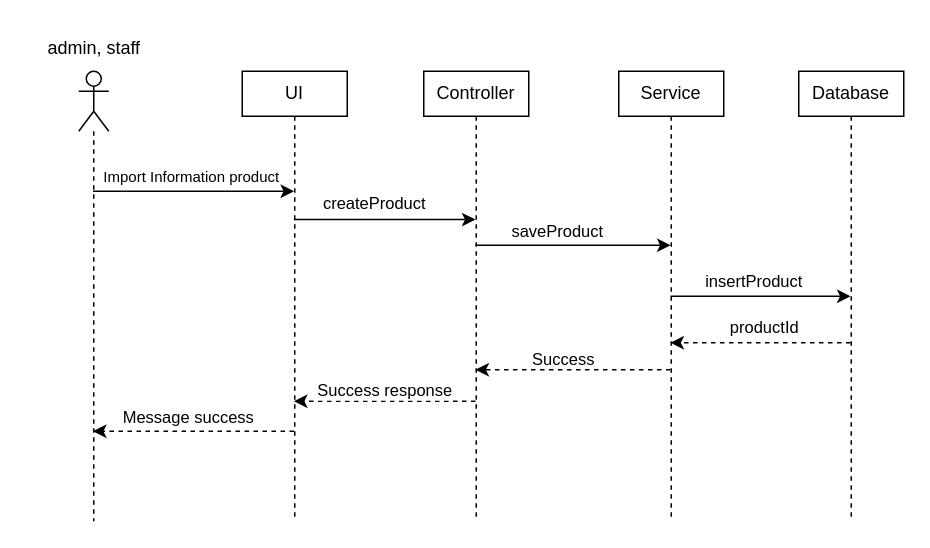
Ly-Tien-Dat/doantt keeps this draw.io diagram as page "Trang-7" (7 of 14) of shitttt.drawio. Above is the earlier version. Source tidied: cells renumbered, new cells numbered last; positions are measured from the earlier drawing's top-left corner, leaving out a move shared by most shapes. Both pictures are drawn from the tidied source at 150%, with x=0, y=0 at pixel (26, 26).
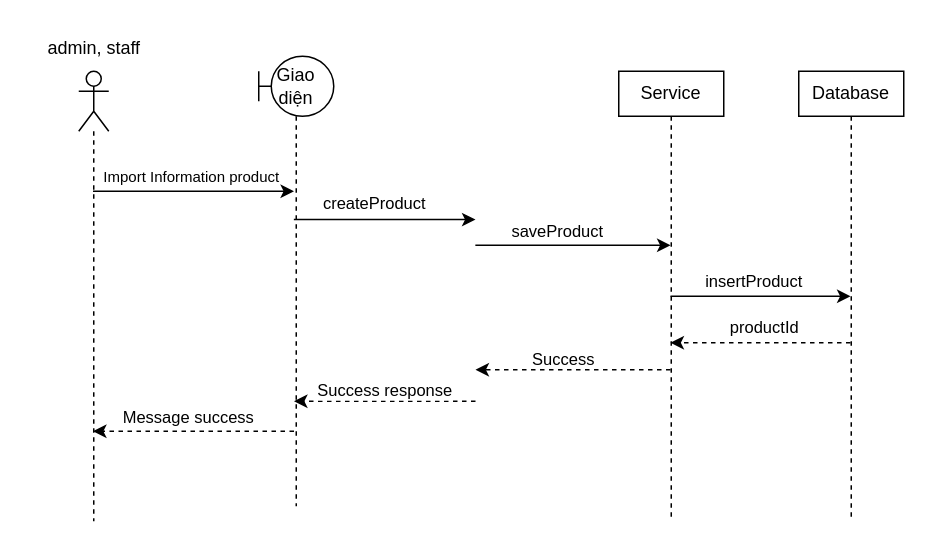
The same diagram, later.

Unchanged cells that the change refers to:
```xml
<mxCell id="4" style="shape=umlLifeline;perimeter=lifelinePerimeter;whiteSpace=wrap;html=1;outlineConnect=0;portConstraint=eastwest;newEdgeStyle={&quot;curved&quot;:0,&quot;rounded&quot;:0};participant=umlActor;size=40;" parent="1" vertex="1">
  <mxGeometry x="35" y="30" width="20" height="300" as="geometry" />
</mxCell>
```

The edit, as a diff of the source:
```diff
@@
-    <mxCell id="2" style="edgeStyle=orthogonalEdgeStyle;rounded=0;jettySize=auto;html=1;curved=0;" parent="1" edge="1" source="4" target="9">
+    <mxCell id="2" style="edgeStyle=orthogonalEdgeStyle;rounded=0;jettySize=auto;html=1;curved=0;" parent="1" edge="1" source="4">
       <mxGeometry relative="1" as="geometry">
+        <mxPoint x="178.5" y="110" as="targetPoint" />
         <Array as="points">
           <mxPoint x="105" y="110" />
           <mxPoint x="105" y="110" />
         </Array>
       </mxGeometry>
     </mxCell>
@@
-    <mxCell id="7" style="edgeStyle=orthogonalEdgeStyle;rounded=0;jettySize=auto;html=1;curved=0;dashed=1;" parent="1" edge="1" source="9" target="4">
+    <mxCell id="7" style="edgeStyle=orthogonalEdgeStyle;rounded=0;jettySize=auto;html=1;curved=0;dashed=1;" parent="1" edge="1" target="4">
       <mxGeometry relative="1" as="geometry">
+        <mxPoint x="178.5" y="270" as="sourcePoint" />
         <Array as="points">
           <mxPoint x="115" y="270" />
           <mxPoint x="115" y="270" />
         </Array>
       </mxGeometry>
     </mxCell>
@@
-    <mxCell id="9" value="UI" style="shape=umlLifeline;perimeter=lifelinePerimeter;whiteSpace=wrap;html=1;outlineConnect=0;portConstraint=eastwest;newEdgeStyle={&quot;curved&quot;:0,&quot;rounded&quot;:0};size=30;" parent="1" vertex="1">
-      <mxGeometry x="144" y="30" width="70" height="300" as="geometry" />
-    </mxCell>
@@
-    <mxCell id="14" value="Controller" style="shape=umlLifeline;perimeter=lifelinePerimeter;whiteSpace=wrap;html=1;newEdgeStyle={&quot;curved&quot;:0,&quot;rounded&quot;:0};size=30;" parent="1" vertex="1">
-      <mxGeometry x="265" y="30" width="70" height="300" as="geometry" />
-    </mxCell>
@@
+    <mxCell id="24" value="Giao diện" style="shape=umlLifeline;perimeter=lifelinePerimeter;whiteSpace=wrap;html=1;newEdgeStyle={&quot;curved&quot;:0,&quot;rounded&quot;:0};participant=umlBoundary;size=40;" parent="1" vertex="1">
+      <mxGeometry x="155" y="20" width="50" height="300" as="geometry" />
+    </mxCell>
```
